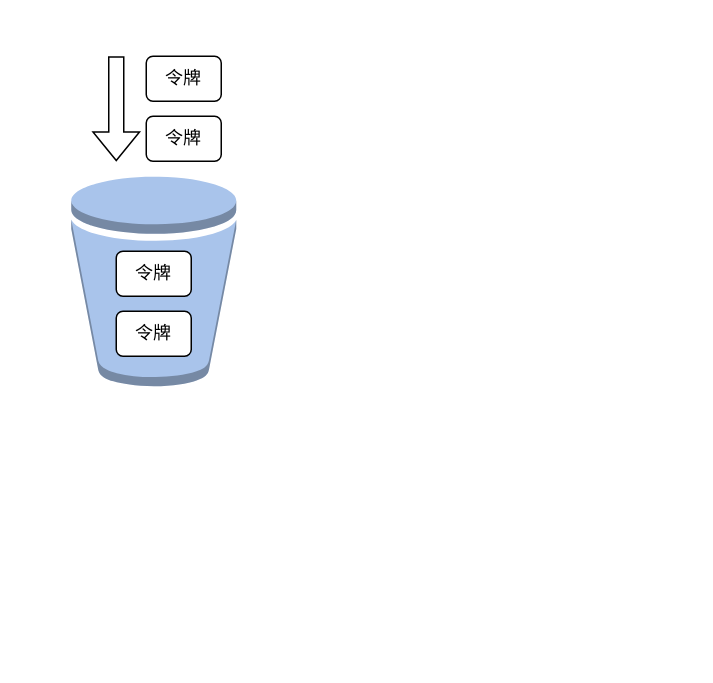
Before: yx实时限流.drawio in mineminemine123/work-wiki, a draw.io diagram. Source tidied: cells renumbered, new cells numbered last; positions are measured from the earlier drawing's top-left corner, leaving out a move shared by most shapes. Both pictures are drawn from the tidied source at 150%, with x=0, y=0 at pixel (70, 56).
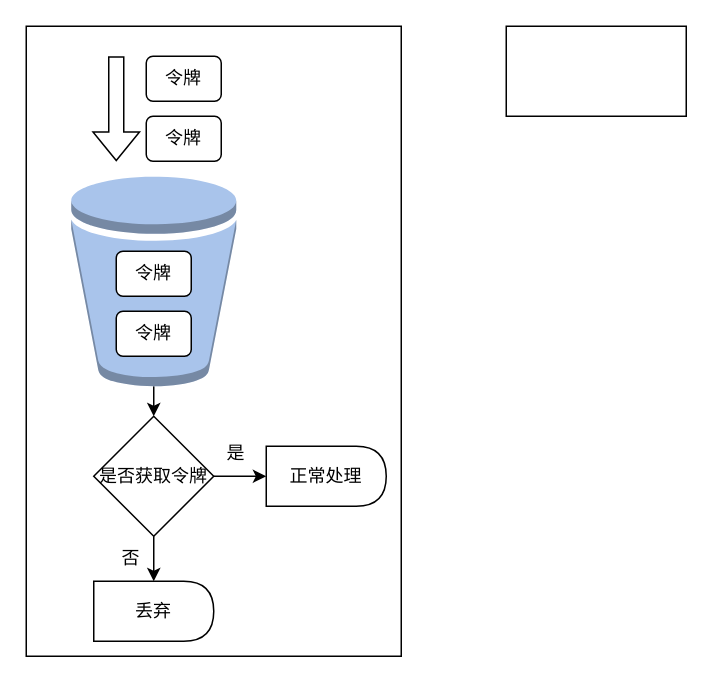
The same diagram, later.

Commit message (it also covers changes not shown here):
更新yx实时限流.drawio

Change to the diagram source:
```diff
@@
 <mxGraphModel>
   <root>
     <mxCell id="0" />
     <mxCell id="1" parent="0" />
+    <mxCell id="8" style="rounded=0;whiteSpace=wrap;html=1;strokeColor=default;fillColor=default;" parent="1" vertex="1">
+      <mxGeometry x="-30" y="-20" width="250" height="420" as="geometry" />
+    </mxCell>
+    <mxCell id="9" style="edgeStyle=orthogonalEdgeStyle;rounded=0;jettySize=auto;html=1;exitX=0.5;exitY=1;exitDx=0;exitDy=0;exitPerimeter=0;entryX=0.5;entryY=0;entryDx=0;entryDy=0;" parent="1" edge="1" source="2" target="12">
+      <mxGeometry relative="1" as="geometry" />
+    </mxCell>
     <mxCell id="2" style="outlineConnect=0;dashed=0;verticalLabelPosition=bottom;verticalAlign=top;align=center;html=1;shape=mxgraph.aws3.bucket;fillColor=#A9C4EB;gradientColor=none;" parent="1" vertex="1">
       <mxGeometry y="80" width="110" height="140" as="geometry" />
     </mxCell>
     <mxCell id="3" value="令牌" style="rounded=1;whiteSpace=wrap;html=1;fillColor=default;strokeColor=default;" parent="1" vertex="1">
       <mxGeometry x="30" y="170" width="50" height="30" as="geometry" />
     </mxCell>
     <mxCell id="4" value="令牌" style="rounded=1;whiteSpace=wrap;html=1;fillColor=default;strokeColor=default;" parent="1" vertex="1">
       <mxGeometry x="30" y="130" width="50" height="30" as="geometry" />
     </mxCell>
     <mxCell id="5" style="shape=flexArrow;endArrow=classic;html=1;rounded=0;" parent="1" edge="1">
       <mxGeometry relative="1" as="geometry">
         <mxPoint x="30" as="sourcePoint" />
         <mxPoint x="30" y="70" as="targetPoint" />
       </mxGeometry>
     </mxCell>
     <mxCell id="6" value="令牌" style="rounded=1;whiteSpace=wrap;html=1;fillColor=default;strokeColor=default;" parent="1" vertex="1">
       <mxGeometry x="50" width="50" height="30" as="geometry" />
     </mxCell>
     <mxCell id="7" value="令牌" style="rounded=1;whiteSpace=wrap;html=1;fillColor=default;strokeColor=default;" parent="1" vertex="1">
       <mxGeometry x="50" y="40" width="50" height="30" as="geometry" />
     </mxCell>
+    <mxCell id="10" style="edgeStyle=orthogonalEdgeStyle;rounded=0;jettySize=auto;html=1;exitX=0.5;exitY=1;exitDx=0;exitDy=0;" parent="1" edge="1" source="12" target="14">
+      <mxGeometry relative="1" as="geometry" />
+    </mxCell>
+    <mxCell id="11" style="edgeStyle=orthogonalEdgeStyle;rounded=0;jettySize=auto;html=1;exitX=1;exitY=0.5;exitDx=0;exitDy=0;" parent="1" edge="1" source="12" target="13">
+      <mxGeometry relative="1" as="geometry" />
+    </mxCell>
+    <mxCell id="12" value="是否获取令牌" style="rhombus;whiteSpace=wrap;html=1;strokeColor=default;fillColor=default;" parent="1" vertex="1">
+      <mxGeometry x="15" y="240" width="80" height="80" as="geometry" />
+    </mxCell>
+    <mxCell id="13" value="正常处理" style="shape=delay;whiteSpace=wrap;html=1;strokeColor=default;fillColor=default;" parent="1" vertex="1">
+      <mxGeometry x="130" y="260" width="80" height="40" as="geometry" />
+    </mxCell>
+    <mxCell id="14" value="丢弃" style="shape=delay;whiteSpace=wrap;html=1;strokeColor=default;fillColor=default;" parent="1" vertex="1">
+      <mxGeometry x="15" y="350" width="80" height="40" as="geometry" />
+    </mxCell>
+    <mxCell id="15" value="否" style="text;html=1;strokeColor=none;fillColor=none;align=center;verticalAlign=middle;whiteSpace=wrap;rounded=0;" parent="1" vertex="1">
+      <mxGeometry x="10" y="320" width="60" height="30" as="geometry" />
+    </mxCell>
+    <mxCell id="16" value="是" style="text;html=1;strokeColor=none;fillColor=none;align=center;verticalAlign=middle;whiteSpace=wrap;rounded=0;" parent="1" vertex="1">
+      <mxGeometry x="80" y="250" width="60" height="30" as="geometry" />
+    </mxCell>
+    <mxCell id="17" style="rounded=0;whiteSpace=wrap;html=1;strokeColor=default;fillColor=default;" parent="1" vertex="1">
+      <mxGeometry x="290" y="-20" width="120" height="60" as="geometry" />
+    </mxCell>
   </root>
 </mxGraphModel>
```
